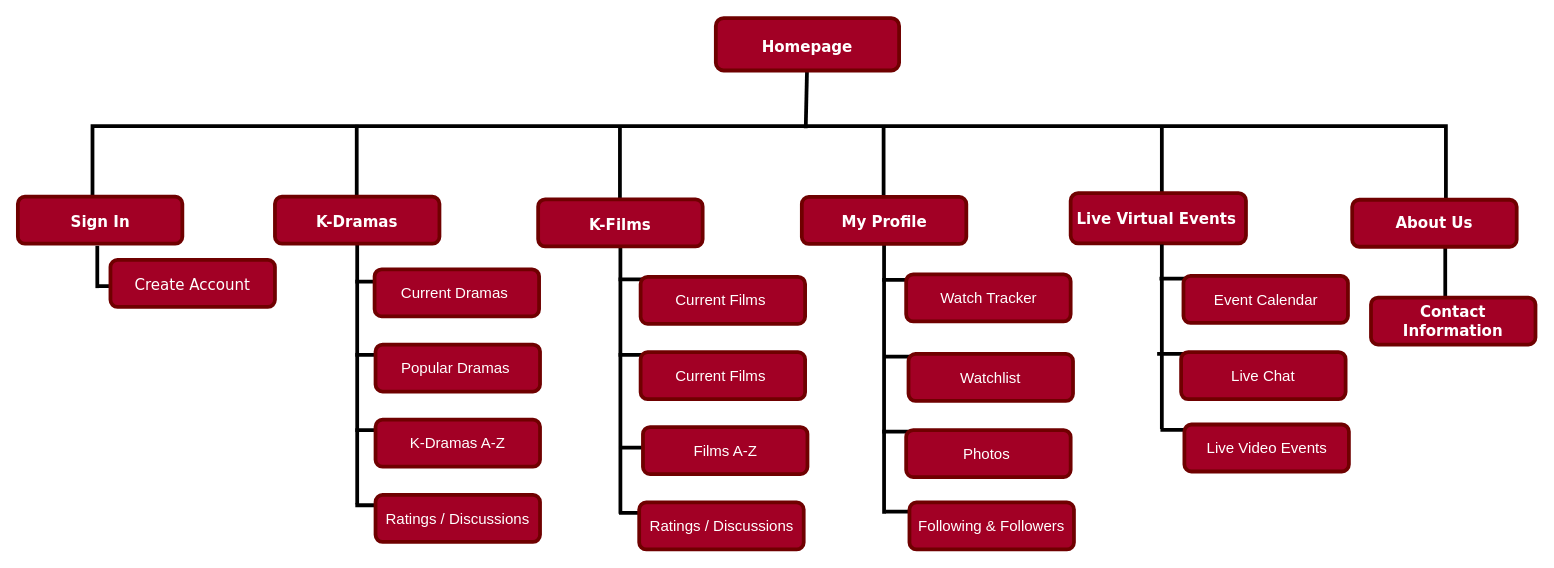
Aaliyahrin/Project-2 keeps this draw.io diagram as Untitled Diagram.drawio. Above is the earlier version. Source tidied: cells renumbered, new cells numbered last; positions are measured from the earlier drawing's top-left corner, leaving out a move shared by most shapes. Both pictures are drawn from the tidied source at 94%, with x=0, y=0 at pixel (17, -515).
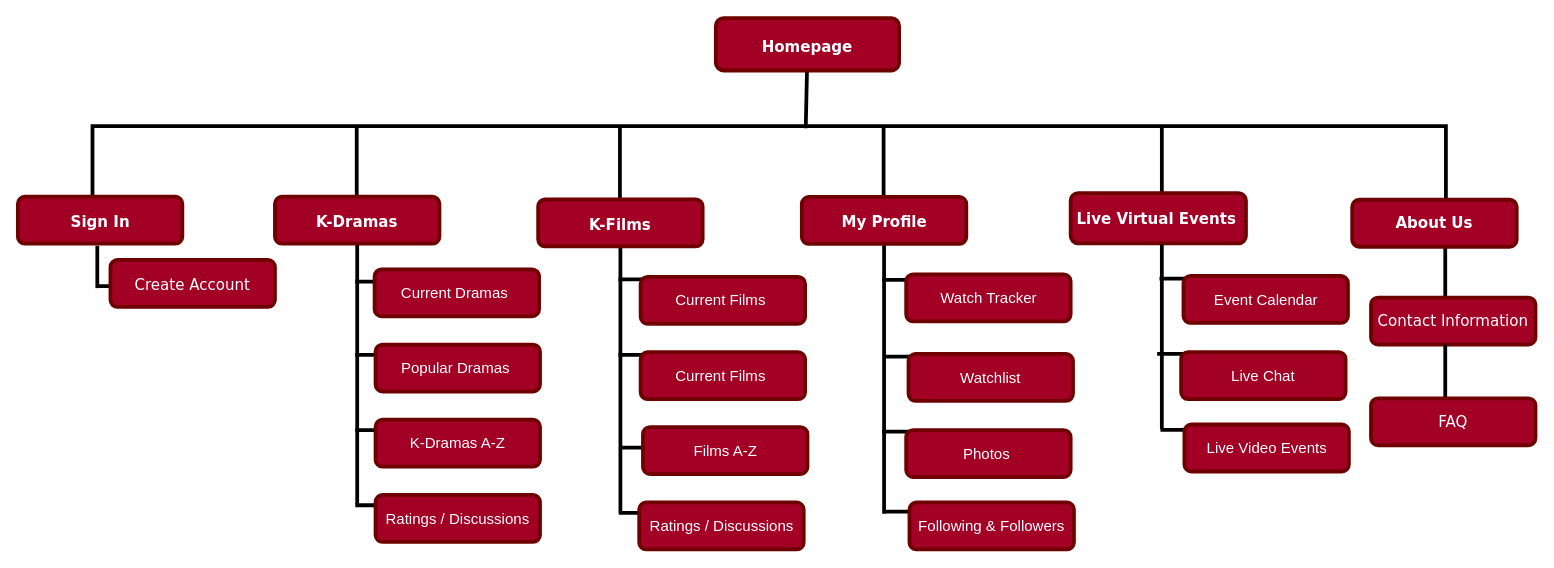
The same page after the edit.

Change to the diagram source:
```diff
@@
-    <mxCell id="14" value="&lt;font size=&quot;3&quot; face=&quot;Verdana&quot;&gt;&lt;b&gt;Contact Information&lt;/b&gt;&lt;/font&gt;" style="rounded=1;whiteSpace=wrap;html=1;strokeWidth=4;fillColor=#a20025;strokeColor=#6F0000;fontColor=#ffffff;" parent="1" vertex="1">
+    <mxCell id="14" value="&lt;font size=&quot;3&quot; face=&quot;Verdana&quot;&gt;Contact Information&lt;/font&gt;" style="rounded=1;whiteSpace=wrap;html=1;strokeWidth=4;fillColor=#a20025;strokeColor=#6F0000;fontColor=#ffffff;" parent="1" vertex="1">
       <mxGeometry x="1440" y="864" width="175" height="50" as="geometry" />
     </mxCell>
@@
+    <mxCell id="54" style="line;strokeWidth=4;direction=south;html=1;perimeter=backbonePerimeter;" parent="1" vertex="1">
+      <mxGeometry x="1514" y="914" width="10" height="67.2" as="geometry" />
+    </mxCell>
+    <mxCell id="55" value="&lt;font size=&quot;3&quot; face=&quot;Verdana&quot;&gt;FAQ&lt;/font&gt;" style="rounded=1;whiteSpace=wrap;html=1;strokeWidth=4;fillColor=#a20025;strokeColor=#6F0000;fontColor=#ffffff;" parent="1" vertex="1">
+      <mxGeometry x="1440" y="971.2" width="175" height="50" as="geometry" />
+    </mxCell>
```
